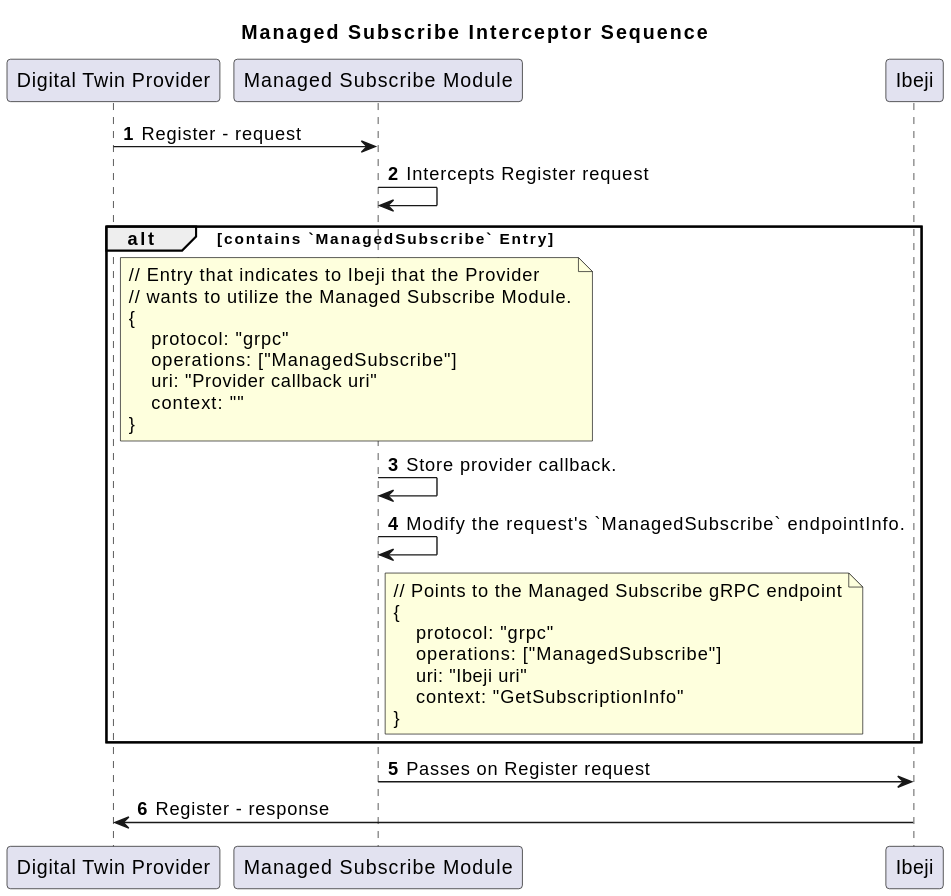
The PlantUML diagram docs/design/diagrams/managed_subscribe_interceptor_sequence.svg in eclipse-ibeji/ibeji, before a commit.
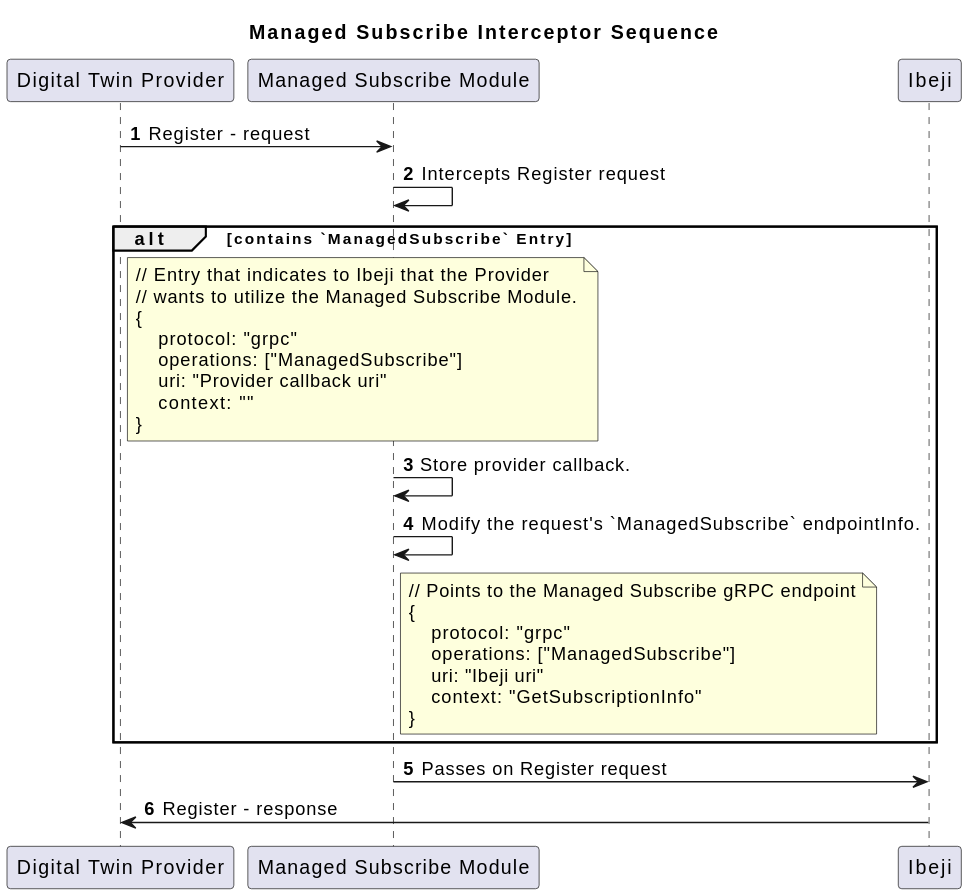
The same file after the commit.

Change to the diagram source:
```diff
@@ -1,4 +1,4 @@
-@startuml Managed Subscribe Interceptor
+@startuml
 title Managed Subscribe Interceptor Sequence
 participant "Digital Twin Provider" as DTProvider
 participant "Managed Subscribe Module" as ManagedSubscribeModule
```
